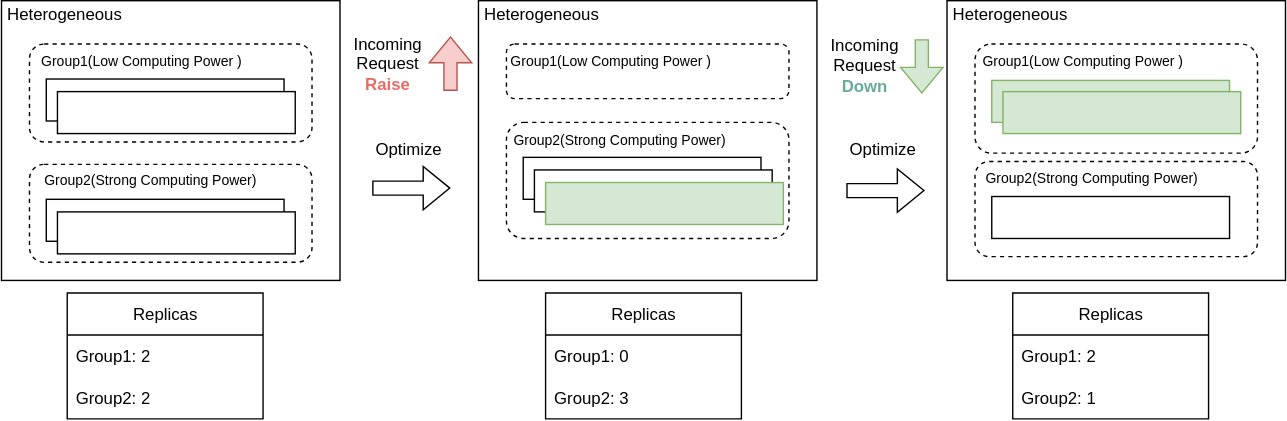
matrixinfer-ai/kthena keeps this draw.io diagram as docs/matrixinfer/static/img/architecture-autoscaler-optimize-example.svg. Above is the earlier version. Source tidied: cells renumbered, new cells last; positions are measured from the earlier drawing's top-left corner, leaving out a move shared by most shapes.
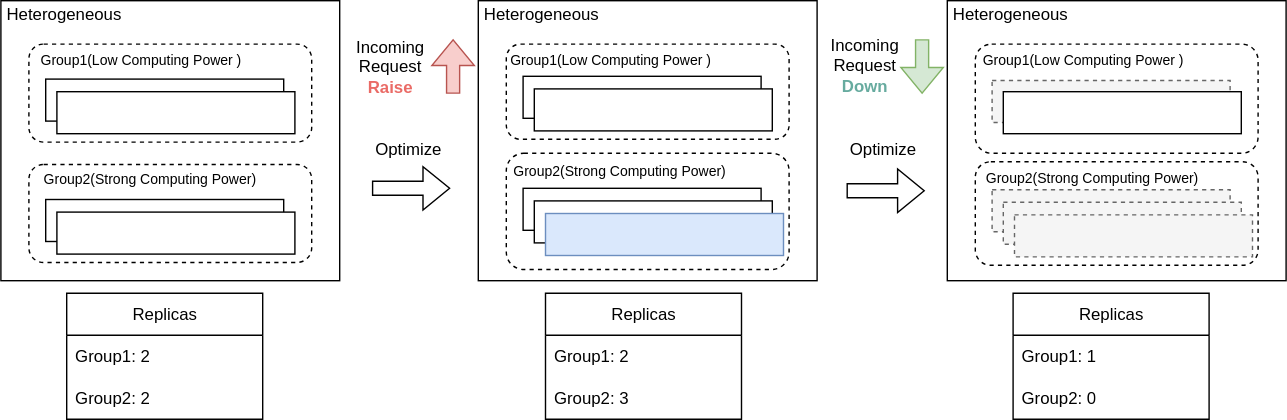
Later version of the same file.

Commit message:
Update autoscaler optimize example pic

The edit, as a diff of the source:
```diff
@@ -33,16 +33,16 @@
       <mxGeometry x="341" width="242" height="200" as="geometry" />
     </mxCell>
     <mxCell id="12" style="rounded=1;whiteSpace=wrap;html=1;dashed=1;" parent="1" vertex="1">
-      <mxGeometry x="361" y="31" width="202" height="39" as="geometry" />
+      <mxGeometry x="361" y="31" width="202" height="68" as="geometry" />
     </mxCell>
     <mxCell id="13" style="rounded=1;whiteSpace=wrap;html=1;dashed=1;" parent="1" vertex="1">
-      <mxGeometry x="361" y="87" width="202" height="83" as="geometry" />
+      <mxGeometry x="361" y="109" width="202" height="83" as="geometry" />
     </mxCell>
     <mxCell id="14" value="Inference Instance" style="rounded=0;whiteSpace=wrap;html=1;" parent="1" vertex="1">
-      <mxGeometry x="373" y="112" width="170" height="30" as="geometry" />
+      <mxGeometry x="373" y="134" width="170" height="30" as="geometry" />
     </mxCell>
     <mxCell id="15" style="rounded=0;whiteSpace=wrap;html=1;" parent="1" vertex="1">
-      <mxGeometry x="381" y="121" width="170" height="30" as="geometry" />
+      <mxGeometry x="381" y="143" width="170" height="30" as="geometry" />
     </mxCell>
     <mxCell id="16" value="Heterogeneous" style="text;html=1;align=center;verticalAlign=middle;whiteSpace=wrap;rounded=0;" parent="1" vertex="1">
       <mxGeometry x="341" width="90" height="20" as="geometry" />
@@ -53,8 +53,8 @@
         <mxPoint x="321" y="134" as="targetPoint" />
       </mxGeometry>
     </mxCell>
-    <mxCell id="18" style="rounded=0;whiteSpace=wrap;html=1;fillColor=#d5e8d4;strokeColor=#82b366;" parent="1" vertex="1">
-      <mxGeometry x="389" y="130" width="170" height="30" as="geometry" />
+    <mxCell id="18" style="rounded=0;whiteSpace=wrap;html=1;fillColor=#dae8fc;strokeColor=#6c8ebf;" parent="1" vertex="1">
+      <mxGeometry x="389" y="152" width="170" height="30" as="geometry" />
     </mxCell>
     <mxCell id="19" value="Optimize" style="text;html=1;align=center;verticalAlign=middle;whiteSpace=wrap;rounded=0;" parent="1" vertex="1">
       <mxGeometry x="261" y="91" width="60" height="30" as="geometry" />
@@ -69,22 +69,19 @@
       <mxGeometry x="696" y="31" width="202" height="78" as="geometry" />
     </mxCell>
     <mxCell id="23" style="rounded=1;whiteSpace=wrap;html=1;dashed=1;" parent="1" vertex="1">
-      <mxGeometry x="696" y="115" width="202" height="68" as="geometry" />
+      <mxGeometry x="696" y="115" width="202" height="74" as="geometry" />
     </mxCell>
-    <mxCell id="24" style="rounded=0;whiteSpace=wrap;html=1;" parent="1" vertex="1">
-      <mxGeometry x="708" y="140" width="170" height="30" as="geometry" />
-    </mxCell>
     <mxCell id="25" value="Heterogeneous" style="text;html=1;align=center;verticalAlign=middle;whiteSpace=wrap;rounded=0;" parent="1" vertex="1">
       <mxGeometry x="676" width="90" height="20" as="geometry" />
     </mxCell>
     <mxCell id="26" value="Incoming&lt;div&gt;Request&lt;/div&gt;&lt;div&gt;&lt;b&gt;&lt;font style=&quot;color: rgb(234, 107, 102);&quot;&gt;Raise&lt;/font&gt;&lt;/b&gt;&lt;/div&gt;" style="text;html=1;align=center;verticalAlign=middle;whiteSpace=wrap;rounded=0;" parent="1" vertex="1">
-      <mxGeometry x="242" y="20" width="68" height="50" as="geometry" />
+      <mxGeometry x="244" y="22" width="68" height="50" as="geometry" />
     </mxCell>
     <mxCell id="27" value="Group1(Low Computing Power&amp;nbsp;)" style="text;html=1;align=center;verticalAlign=middle;whiteSpace=wrap;rounded=0;fontSize=10;" parent="1" vertex="1">
       <mxGeometry x="361" y="31" width="149" height="23" as="geometry" />
     </mxCell>
     <mxCell id="28" value="&amp;nbsp;Group2(Strong Computing Power)" style="text;html=1;align=center;verticalAlign=middle;whiteSpace=wrap;rounded=0;fontSize=10;" parent="1" vertex="1">
-      <mxGeometry x="361" y="87" width="159" height="23" as="geometry" />
+      <mxGeometry x="361" y="109" width="159" height="23" as="geometry" />
     </mxCell>
     <mxCell id="29" value="&amp;nbsp;Group2(Strong Computing Power)" style="text;html=1;align=center;verticalAlign=middle;whiteSpace=wrap;rounded=0;fontSize=10;" parent="1" vertex="1">
       <mxGeometry x="696" y="114" width="164" height="23" as="geometry" />
@@ -92,10 +89,10 @@
     <mxCell id="30" value="Group1(Low Computing Power&amp;nbsp;)" style="text;html=1;align=center;verticalAlign=middle;whiteSpace=wrap;rounded=0;fontSize=10;" parent="1" vertex="1">
       <mxGeometry x="696" y="31" width="154" height="23" as="geometry" />
     </mxCell>
-    <mxCell id="31" style="rounded=0;whiteSpace=wrap;html=1;fillColor=#d5e8d4;strokeColor=#82b366;" parent="1" vertex="1">
+    <mxCell id="31" style="rounded=0;whiteSpace=wrap;html=1;dashed=1;fillColor=#f5f5f5;fontColor=#333333;strokeColor=#666666;" parent="1" vertex="1">
       <mxGeometry x="708" y="57" width="170" height="30" as="geometry" />
     </mxCell>
-    <mxCell id="32" style="rounded=0;whiteSpace=wrap;html=1;fillColor=#d5e8d4;strokeColor=#82b366;" parent="1" vertex="1">
+    <mxCell id="32" style="rounded=0;whiteSpace=wrap;html=1;" parent="1" vertex="1">
       <mxGeometry x="716" y="65" width="170" height="30" as="geometry" />
     </mxCell>
     <mxCell id="33" style="shape=flexArrow;endArrow=classic;html=1;rounded=0;" parent="1" edge="1">
@@ -118,8 +115,8 @@
     </mxCell>
     <mxCell id="38" style="shape=flexArrow;endArrow=classic;html=1;rounded=0;width=9.333333333333334;endSize=5.776666666666666;fillColor=#f8cecc;strokeColor=#b85450;" parent="1" edge="1">
       <mxGeometry relative="1" as="geometry">
-        <mxPoint x="321" y="64.5" as="sourcePoint" />
-        <mxPoint x="321" y="25.5" as="targetPoint" />
+        <mxPoint x="323" y="66.5" as="sourcePoint" />
+        <mxPoint x="323" y="27.5" as="targetPoint" />
       </mxGeometry>
     </mxCell>
     <mxCell id="39" value="Incoming&lt;div&gt;Request&lt;/div&gt;&lt;div&gt;&lt;b&gt;&lt;font style=&quot;color: rgb(103, 171, 159);&quot;&gt;Down&lt;/font&gt;&lt;/b&gt;&lt;/div&gt;" style="text;html=1;align=center;verticalAlign=middle;whiteSpace=wrap;rounded=0;" parent="1" vertex="1">
@@ -128,7 +125,7 @@
     <mxCell id="40" value="Replicas" style="swimlane;fontStyle=0;horizontal=1;startSize=30;whiteSpace=wrap;html=1;" parent="1" vertex="1">
       <mxGeometry x="389" y="209" width="140" height="90" as="geometry" />
     </mxCell>
-    <mxCell id="41" value="Group1: 0" style="text;strokeColor=none;fillColor=none;align=left;verticalAlign=middle;spacingLeft=4;spacingRight=4;overflow=hidden;whiteSpace=wrap;html=1;" parent="40" vertex="1">
+    <mxCell id="41" value="Group1: 2" style="text;strokeColor=none;fillColor=none;align=left;verticalAlign=middle;spacingLeft=4;spacingRight=4;overflow=hidden;whiteSpace=wrap;html=1;" parent="40" vertex="1">
       <mxGeometry y="30" width="140" height="30" as="geometry" />
     </mxCell>
     <mxCell id="42" value="Group2: 3" style="text;strokeColor=none;fillColor=none;align=left;verticalAlign=middle;spacingLeft=4;spacingRight=4;overflow=hidden;whiteSpace=wrap;html=1;" parent="40" vertex="1">
@@ -137,10 +134,10 @@
     <mxCell id="43" value="Replicas" style="swimlane;fontStyle=0;horizontal=1;startSize=30;whiteSpace=wrap;html=1;" parent="1" vertex="1">
       <mxGeometry x="723" y="209" width="140" height="90" as="geometry" />
     </mxCell>
-    <mxCell id="44" value="Group1: 2" style="text;strokeColor=none;fillColor=none;align=left;verticalAlign=middle;spacingLeft=4;spacingRight=4;overflow=hidden;whiteSpace=wrap;html=1;" parent="43" vertex="1">
+    <mxCell id="44" value="Group1: 1" style="text;strokeColor=none;fillColor=none;align=left;verticalAlign=middle;spacingLeft=4;spacingRight=4;overflow=hidden;whiteSpace=wrap;html=1;" parent="43" vertex="1">
       <mxGeometry y="30" width="140" height="30" as="geometry" />
     </mxCell>
-    <mxCell id="45" value="Group2: 1" style="text;strokeColor=none;fillColor=none;align=left;verticalAlign=middle;spacingLeft=4;spacingRight=4;overflow=hidden;whiteSpace=wrap;html=1;" parent="43" vertex="1">
+    <mxCell id="45" value="Group2: 0" style="text;strokeColor=none;fillColor=none;align=left;verticalAlign=middle;spacingLeft=4;spacingRight=4;overflow=hidden;whiteSpace=wrap;html=1;" parent="43" vertex="1">
       <mxGeometry y="60" width="140" height="30" as="geometry" />
     </mxCell>
     <mxCell id="46" style="shape=flexArrow;endArrow=classic;html=1;rounded=0;width=9.333333333333334;endSize=5.776666666666666;fillColor=#d5e8d4;strokeColor=#82b366;" parent="1" edge="1">
@@ -149,5 +146,20 @@
         <mxPoint x="658" y="66.5" as="targetPoint" />
       </mxGeometry>
     </mxCell>
+    <mxCell id="47" style="rounded=0;whiteSpace=wrap;html=1;" parent="1" vertex="1">
+      <mxGeometry x="373" y="54" width="170" height="30" as="geometry" />
+    </mxCell>
+    <mxCell id="48" style="rounded=0;whiteSpace=wrap;html=1;" parent="1" vertex="1">
+      <mxGeometry x="381" y="63" width="170" height="30" as="geometry" />
+    </mxCell>
+    <mxCell id="49" value="Inference Instance" style="rounded=0;whiteSpace=wrap;html=1;dashed=1;fillColor=#f5f5f5;fontColor=#333333;strokeColor=#666666;" parent="1" vertex="1">
+      <mxGeometry x="708" y="135" width="170" height="30" as="geometry" />
+    </mxCell>
+    <mxCell id="50" style="rounded=0;whiteSpace=wrap;html=1;dashed=1;fillColor=#f5f5f5;fontColor=#333333;strokeColor=#666666;" parent="1" vertex="1">
+      <mxGeometry x="716" y="144" width="170" height="30" as="geometry" />
+    </mxCell>
+    <mxCell id="51" style="rounded=0;whiteSpace=wrap;html=1;fillColor=#f5f5f5;fontColor=#333333;strokeColor=#666666;dashed=1;" parent="1" vertex="1">
+      <mxGeometry x="724" y="153" width="170" height="30" as="geometry" />
+    </mxCell>
   </root>
 </mxGraphModel>
```
